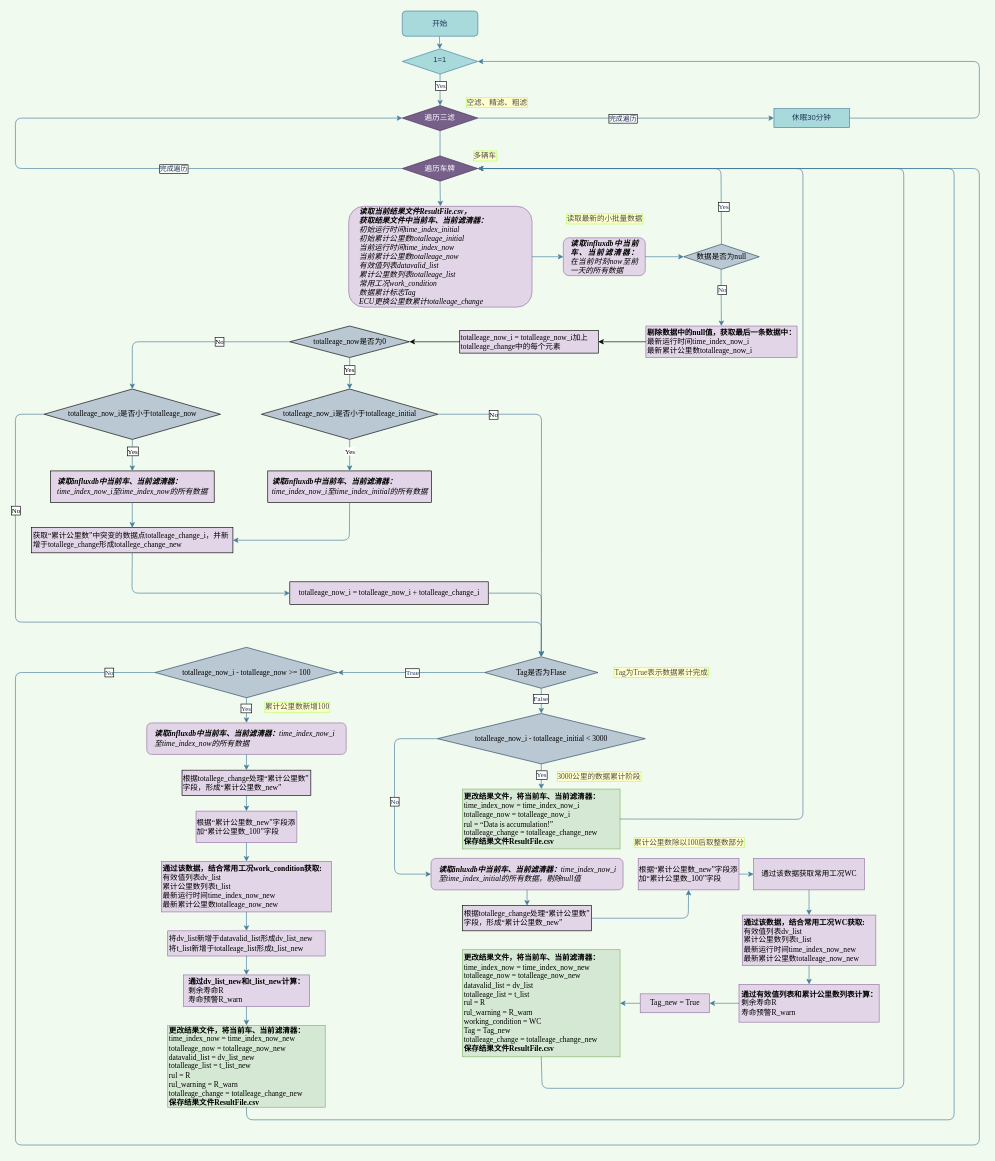
Before: draw/算法流程v2.0.drawio in wangwuhua11/draw, a draw.io diagram. Source tidied: cells renumbered, new cells numbered last; positions are measured from the earlier drawing's top-left corner, leaving out a move shared by most shapes. Both pictures are drawn from the tidied source at 63%, with x=0, y=0 at pixel (15, 11).
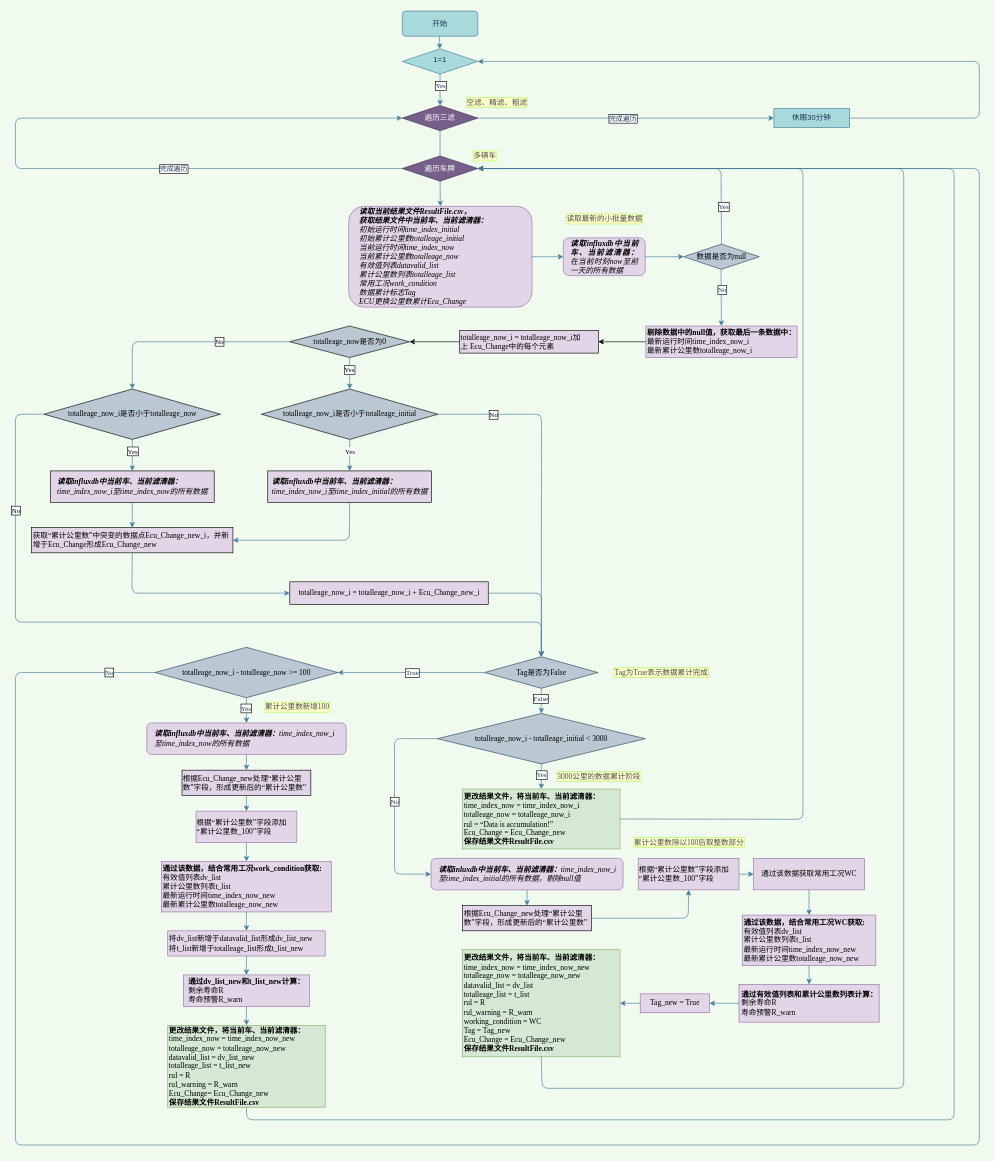
Above is the later version.

Commit message:
更新算法流程v2.0.drawio

What changed in the source:
```diff
@@
-    <mxCell id="19" value="&lt;div align=&quot;left&quot;&gt;&lt;b&gt;读取当前结果文件ResultFile.csv，&lt;/b&gt;&lt;/div&gt;&lt;div align=&quot;left&quot;&gt;&lt;b&gt;获取结果文件中当前车、当前滤清器：&lt;/b&gt;&lt;/div&gt;&lt;div align=&quot;left&quot;&gt;初始运行时间time_index_initial&lt;/div&gt;&lt;div align=&quot;left&quot;&gt;初始累计公里数totalleage_initial&lt;/div&gt;&lt;div align=&quot;left&quot;&gt;当前运行时间time_index_now&lt;br&gt;&lt;/div&gt;&lt;div align=&quot;left&quot;&gt;当前累计公里数totalleage_now&lt;/div&gt;&lt;div align=&quot;left&quot;&gt;有效值列表datavalid_list&lt;/div&gt;&lt;div align=&quot;left&quot;&gt;累计公里数列表totalleage_list&lt;/div&gt;&lt;div align=&quot;left&quot;&gt;常用工况work_condition&lt;/div&gt;&lt;div align=&quot;left&quot;&gt;数据累计标志Tag&lt;/div&gt;&lt;div align=&quot;left&quot;&gt;ECU更换公里数累计totalleage_change&lt;br&gt;&lt;/div&gt;" style="rounded=1;whiteSpace=wrap;html=1;labelBackgroundColor=none;sketch=0;strokeColor=#9673a6;fillColor=#e1d5e7;align=left;fontFamily=Times New Roman;fontStyle=2;spacingLeft=15;" parent="1" vertex="1">
+    <mxCell id="19" value="&lt;div align=&quot;left&quot;&gt;&lt;b&gt;读取当前结果文件ResultFile.csv，&lt;/b&gt;&lt;/div&gt;&lt;div align=&quot;left&quot;&gt;&lt;b&gt;获取结果文件中当前车、当前滤清器：&lt;/b&gt;&lt;/div&gt;&lt;div align=&quot;left&quot;&gt;初始运行时间time_index_initial&lt;/div&gt;&lt;div align=&quot;left&quot;&gt;初始累计公里数totalleage_initial&lt;/div&gt;&lt;div align=&quot;left&quot;&gt;当前运行时间time_index_now&lt;br&gt;&lt;/div&gt;&lt;div align=&quot;left&quot;&gt;当前累计公里数totalleage_now&lt;/div&gt;&lt;div align=&quot;left&quot;&gt;有效值列表datavalid_list&lt;/div&gt;&lt;div align=&quot;left&quot;&gt;累计公里数列表totalleage_list&lt;/div&gt;&lt;div align=&quot;left&quot;&gt;常用工况work_condition&lt;/div&gt;&lt;div align=&quot;left&quot;&gt;数据累计标志Tag&lt;/div&gt;&lt;div align=&quot;left&quot;&gt;ECU更换公里数累计Ecu_Change&lt;/div&gt;" style="rounded=1;whiteSpace=wrap;html=1;labelBackgroundColor=none;sketch=0;strokeColor=#9673a6;fillColor=#e1d5e7;align=left;fontFamily=Times New Roman;fontStyle=2;spacingLeft=15;" parent="1" vertex="1">
       <mxGeometry x="529" y="310" width="291" height="160" as="geometry" />
     </mxCell>
@@
-    <mxCell id="23" value="Tag是否为Flase" style="rhombus;whiteSpace=wrap;html=1;rounded=0;labelBackgroundColor=none;labelBorderColor=none;sketch=0;strokeColor=#23445d;fillColor=#bac8d3;fontFamily=Times New Roman;" parent="1" vertex="1">
+    <mxCell id="23" value="Tag是否为False" style="rhombus;whiteSpace=wrap;html=1;rounded=0;labelBackgroundColor=none;labelBorderColor=none;sketch=0;strokeColor=#23445d;fillColor=#bac8d3;fontFamily=Times New Roman;" parent="1" vertex="1">
       <mxGeometry x="744.7" y="1025" width="180" height="50" as="geometry" />
     </mxCell>
@@
-    <mxCell id="27" value="&lt;div&gt;&lt;b&gt;更改结果文件，将当前车、当前滤清器：&lt;/b&gt;&lt;/div&gt;&lt;div&gt;time_index_now = time_index_now_i&lt;/div&gt;&lt;div&gt;&lt;font face=&quot;Times New Roman&quot;&gt;totalleage_now&lt;/font&gt; = &lt;font face=&quot;Times New Roman&quot;&gt;totalleage_now_i&lt;/font&gt;&lt;/div&gt;&lt;div&gt;rul = “Data is accumulation!”&lt;/div&gt;&lt;div&gt;totalleage_change = totalleage_change_new&lt;/div&gt;&lt;div&gt;&lt;b&gt;保存结果文件&lt;/b&gt;&lt;b&gt;ResultFile.csv&lt;/b&gt;&lt;/div&gt;" style="rounded=0;whiteSpace=wrap;html=1;labelBackgroundColor=none;labelBorderColor=none;sketch=0;strokeColor=#82b366;fillColor=#d5e8d4;align=left;fontFamily=Times New Roman;" parent="1" vertex="1">
+    <mxCell id="27" value="&lt;div&gt;&lt;b&gt;更改结果文件，将当前车、当前滤清器：&lt;/b&gt;&lt;/div&gt;&lt;div&gt;time_index_now = time_index_now_i&lt;/div&gt;&lt;div&gt;&lt;font face=&quot;Times New Roman&quot;&gt;totalleage_now&lt;/font&gt; = &lt;font face=&quot;Times New Roman&quot;&gt;totalleage_now_i&lt;/font&gt;&lt;/div&gt;&lt;div&gt;rul = “Data is accumulation!”&lt;/div&gt;&lt;div&gt;Ecu_Change = Ecu_Change_new&lt;/div&gt;&lt;div&gt;&lt;b&gt;保存结果文件&lt;/b&gt;&lt;b&gt;ResultFile.csv&lt;/b&gt;&lt;/div&gt;" style="rounded=0;whiteSpace=wrap;html=1;labelBackgroundColor=none;labelBorderColor=none;sketch=0;strokeColor=#82b366;fillColor=#d5e8d4;align=left;fontFamily=Times New Roman;" parent="1" vertex="1">
       <mxGeometry x="709.7" y="1235" width="250" height="95" as="geometry" />
     </mxCell>
@@
-    <mxCell id="42" value="&lt;div&gt;&lt;b&gt;更改结果文件，将当前车、当前滤清器：&lt;/b&gt;&lt;/div&gt;&lt;div&gt;time_index_now = time_index_now_new&lt;/div&gt;&lt;div&gt;&lt;font face=&quot;Times New Roman&quot;&gt;totalleage_now&lt;/font&gt; = &lt;font face=&quot;Times New Roman&quot;&gt;totalleage_now&lt;/font&gt;_new&lt;/div&gt;&lt;div&gt;datavalid_list = dv_list&lt;br&gt;&lt;/div&gt;&lt;div&gt;&lt;font face=&quot;Times New Roman&quot;&gt;totalleage&lt;/font&gt;_list = t_list&lt;br&gt;&lt;/div&gt;&lt;div&gt;rul = R&lt;/div&gt;&lt;div&gt;rul_warning = R_warn&lt;br&gt;&lt;/div&gt;&lt;div&gt;working_condition = WC&lt;br&gt;&lt;/div&gt;&lt;div&gt;Tag = Tag_new &lt;br&gt;&lt;/div&gt;&lt;div&gt;&lt;div&gt;totalleage_change = totalleage_change_new&lt;/div&gt;&lt;/div&gt;&lt;div&gt;&lt;b&gt;保存结果文件&lt;/b&gt;&lt;b&gt;ResultFile.csv&lt;/b&gt;&lt;/div&gt;" style="rounded=0;whiteSpace=wrap;html=1;labelBackgroundColor=none;labelBorderColor=none;sketch=0;strokeColor=#82b366;fillColor=#d5e8d4;align=left;fontFamily=Times New Roman;" parent="1" vertex="1">
+    <mxCell id="42" value="&lt;div&gt;&lt;b&gt;更改结果文件，将当前车、当前滤清器：&lt;/b&gt;&lt;/div&gt;&lt;div&gt;time_index_now = time_index_now_new&lt;/div&gt;&lt;div&gt;&lt;font face=&quot;Times New Roman&quot;&gt;totalleage_now&lt;/font&gt; = &lt;font face=&quot;Times New Roman&quot;&gt;totalleage_now&lt;/font&gt;_new&lt;/div&gt;&lt;div&gt;datavalid_list = dv_list&lt;br&gt;&lt;/div&gt;&lt;div&gt;&lt;font face=&quot;Times New Roman&quot;&gt;totalleage&lt;/font&gt;_list = t_list&lt;br&gt;&lt;/div&gt;&lt;div&gt;rul = R&lt;/div&gt;&lt;div&gt;rul_warning = R_warn&lt;br&gt;&lt;/div&gt;&lt;div&gt;working_condition = WC&lt;br&gt;&lt;/div&gt;&lt;div&gt;Tag = Tag_new &lt;br&gt;&lt;/div&gt;&lt;div&gt;&lt;div&gt;Ecu_Change = Ecu_Change_new&lt;/div&gt;&lt;/div&gt;&lt;div&gt;&lt;b&gt;保存结果文件&lt;/b&gt;&lt;b&gt;ResultFile.csv&lt;/b&gt;&lt;/div&gt;" style="rounded=0;whiteSpace=wrap;html=1;labelBackgroundColor=none;labelBorderColor=none;sketch=0;strokeColor=#82b366;fillColor=#d5e8d4;align=left;fontFamily=Times New Roman;" parent="1" vertex="1">
       <mxGeometry x="709.7" y="1490" width="250" height="170" as="geometry" />
     </mxCell>
@@
-    <mxCell id="52" value="&lt;div align=&quot;left&quot;&gt;根据“累计公里数_new”字段添加“累计公里数_100”字段&lt;br&gt;&lt;/div&gt;" style="rounded=0;whiteSpace=wrap;html=1;labelBackgroundColor=none;labelBorderColor=none;sketch=0;fontFamily=Times New Roman;strokeColor=#9673a6;fillColor=#e1d5e7;" parent="1" vertex="1">
+    <mxCell id="52" value="&lt;div align=&quot;left&quot;&gt;根据“累计公里数”字段添加“累计公里数_100”字段&lt;br&gt;&lt;/div&gt;" style="rounded=0;whiteSpace=wrap;html=1;labelBackgroundColor=none;labelBorderColor=none;sketch=0;fontFamily=Times New Roman;strokeColor=#9673a6;fillColor=#e1d5e7;" parent="1" vertex="1">
       <mxGeometry x="988.5" y="1345" width="160" height="50" as="geometry" />
     </mxCell>
@@
-    <mxCell id="54" value="&lt;div align=&quot;left&quot;&gt;根据“累计公里数_new”字段添加“累计公里数_100”字段&lt;br&gt;&lt;/div&gt;" style="rounded=0;whiteSpace=wrap;html=1;labelBackgroundColor=none;labelBorderColor=none;sketch=0;fontFamily=Times New Roman;strokeColor=#9673a6;fillColor=#e1d5e7;" parent="1" vertex="1">
+    <mxCell id="54" value="&lt;div align=&quot;left&quot;&gt;根据“累计公里数”字段添加“累计公里数_100”字段&lt;br&gt;&lt;/div&gt;" style="rounded=0;whiteSpace=wrap;html=1;labelBackgroundColor=none;labelBorderColor=none;sketch=0;fontFamily=Times New Roman;strokeColor=#9673a6;fillColor=#e1d5e7;" parent="1" vertex="1">
       <mxGeometry x="286.7" y="1270" width="160" height="50" as="geometry" />
     </mxCell>
@@
-    <mxCell id="60" value="&lt;div&gt;&lt;b&gt;更改结果文件，将当前车、当前滤清器：&lt;/b&gt;&lt;/div&gt;&lt;div&gt;time_index_now = time_index_now_new&lt;/div&gt;&lt;div&gt;&lt;font face=&quot;Times New Roman&quot;&gt;totalleage_now&lt;/font&gt; = &lt;font face=&quot;Times New Roman&quot;&gt;totalleage_now&lt;/font&gt;_new&lt;/div&gt;&lt;div&gt;datavalid_list = dv_list_new&lt;br&gt;&lt;/div&gt;&lt;div&gt;&lt;font face=&quot;Times New Roman&quot;&gt;totalleage&lt;/font&gt;_list = t_list_new&lt;br&gt;&lt;/div&gt;&lt;div&gt;rul = R&lt;/div&gt;&lt;div&gt;rul_warning = R_warn&lt;/div&gt;&lt;div&gt;&lt;div&gt;totalleage_change = totalleage_change_new&lt;/div&gt;&lt;/div&gt;&lt;div&gt;&lt;b&gt;保存结果文件&lt;/b&gt;&lt;b&gt;ResultFile.csv&lt;/b&gt;&lt;/div&gt;" style="rounded=0;whiteSpace=wrap;html=1;labelBackgroundColor=none;labelBorderColor=none;sketch=0;strokeColor=#82b366;fillColor=#d5e8d4;align=left;fontFamily=Times New Roman;" parent="1" vertex="1">
+    <mxCell id="60" value="&lt;div&gt;&lt;b&gt;更改结果文件，将当前车、当前滤清器：&lt;/b&gt;&lt;/div&gt;&lt;div&gt;time_index_now = time_index_now_new&lt;/div&gt;&lt;div&gt;&lt;font face=&quot;Times New Roman&quot;&gt;totalleage_now&lt;/font&gt; = &lt;font face=&quot;Times New Roman&quot;&gt;totalleage_now&lt;/font&gt;_new&lt;/div&gt;&lt;div&gt;datavalid_list = dv_list_new&lt;br&gt;&lt;/div&gt;&lt;div&gt;&lt;font face=&quot;Times New Roman&quot;&gt;totalleage&lt;/font&gt;_list = t_list_new&lt;br&gt;&lt;/div&gt;&lt;div&gt;rul = R&lt;/div&gt;&lt;div&gt;rul_warning = R_warn&lt;/div&gt;&lt;div&gt;&lt;div&gt;Ecu_Change= Ecu_Change_new&lt;/div&gt;&lt;/div&gt;&lt;div&gt;&lt;b&gt;保存结果文件&lt;/b&gt;&lt;b&gt;ResultFile.csv&lt;/b&gt;&lt;/div&gt;" style="rounded=0;whiteSpace=wrap;html=1;labelBackgroundColor=none;labelBorderColor=none;sketch=0;strokeColor=#82b366;fillColor=#d5e8d4;align=left;fontFamily=Times New Roman;" parent="1" vertex="1">
       <mxGeometry x="241.7" y="1610" width="250" height="130" as="geometry" />
     </mxCell>
@@
-    <mxCell id="82" value="获取“累计公里数”中突变的数据点totalleage_change_i，并新增于totallege_change形成totallege_change_new" style="rounded=0;whiteSpace=wrap;html=1;fontFamily=Times New Roman;align=left;fillColor=#E1D5E7;" parent="1" vertex="1">
+    <mxCell id="82" value="获取“累计公里数”中突变的数据点Ecu_Change_new_i，并新增于Ecu_Change形成Ecu_Change_new" style="rounded=0;whiteSpace=wrap;html=1;fontFamily=Times New Roman;align=left;fillColor=#E1D5E7;" parent="1" vertex="1">
       <mxGeometry x="25.7" y="820" width="319.5" height="40" as="geometry" />
     </mxCell>
@@
-    <mxCell id="90" value="&lt;font face=&quot;Times New Roman&quot;&gt;totalleage_now_i = &lt;/font&gt;&lt;font face=&quot;Times New Roman&quot;&gt;totalleage_now_i + &lt;/font&gt;totalleage_change_i&lt;font face=&quot;Times New Roman&quot;&gt;&lt;/font&gt;" style="rounded=0;whiteSpace=wrap;html=1;fontFamily=Times New Roman;fillColor=#E1D5E7;" parent="1" vertex="1">
+    <mxCell id="90" value="&lt;font face=&quot;Times New Roman&quot;&gt;totalleage_now_i = &lt;/font&gt;&lt;font face=&quot;Times New Roman&quot;&gt;totalleage_now_i +&amp;nbsp;&lt;/font&gt;Ecu_Change_new_i&lt;font face=&quot;Times New Roman&quot;&gt;&lt;/font&gt;" style="rounded=0;whiteSpace=wrap;html=1;fontFamily=Times New Roman;fillColor=#E1D5E7;" parent="1" vertex="1">
       <mxGeometry x="435.5" y="906" width="315" height="36" as="geometry" />
     </mxCell>
@@
-    <mxCell id="97" value="&lt;font face=&quot;Times New Roman&quot;&gt;totalleage_now_i = &lt;/font&gt;&lt;font face=&quot;Times New Roman&quot;&gt;totalleage_now_i加上 &lt;/font&gt;totalleage_change中的每个元素" style="rounded=0;whiteSpace=wrap;html=1;fontFamily=Times New Roman;fillColor=#E1D5E7;align=left;" parent="1" vertex="1">
+    <mxCell id="97" value="&lt;font face=&quot;Times New Roman&quot;&gt;totalleage_now_i = &lt;/font&gt;&lt;font face=&quot;Times New Roman&quot;&gt;totalleage_now_i加上&amp;nbsp;&lt;/font&gt;Ecu_Change中的每个元素" style="rounded=0;whiteSpace=wrap;html=1;fontFamily=Times New Roman;fillColor=#E1D5E7;align=left;" parent="1" vertex="1">
       <mxGeometry x="705.2" y="507" width="220" height="36" as="geometry" />
     </mxCell>
@@
-    <mxCell id="102" value="根据totallege_change处理“累计公里数”字段，形成“累计公里数_new”" style="rounded=0;whiteSpace=wrap;html=1;fontFamily=Times New Roman;align=left;fillColor=#E1D5E7;" parent="1" vertex="1">
+    <mxCell id="102" value="根据Ecu_Change_new处理“累计公里数”字段，形成更新后的“累计公里数”" style="rounded=0;whiteSpace=wrap;html=1;fontFamily=Times New Roman;align=left;fillColor=#E1D5E7;" parent="1" vertex="1">
       <mxGeometry x="264.4" y="1205" width="204.5" height="40" as="geometry" />
     </mxCell>
@@
-    <mxCell id="105" value="根据totallege_change处理“累计公里数”字段，形成“累计公里数_new”" style="rounded=0;whiteSpace=wrap;html=1;fontFamily=Times New Roman;align=left;fillColor=#E1D5E7;" parent="1" vertex="1">
+    <mxCell id="105" value="根据Ecu_Change_new处理“累计公里数”字段，形成更新后的“累计公里数”" style="rounded=0;whiteSpace=wrap;html=1;fontFamily=Times New Roman;align=left;fillColor=#E1D5E7;" parent="1" vertex="1">
       <mxGeometry x="709.8" y="1420" width="204.5" height="40" as="geometry" />
     </mxCell>
```
